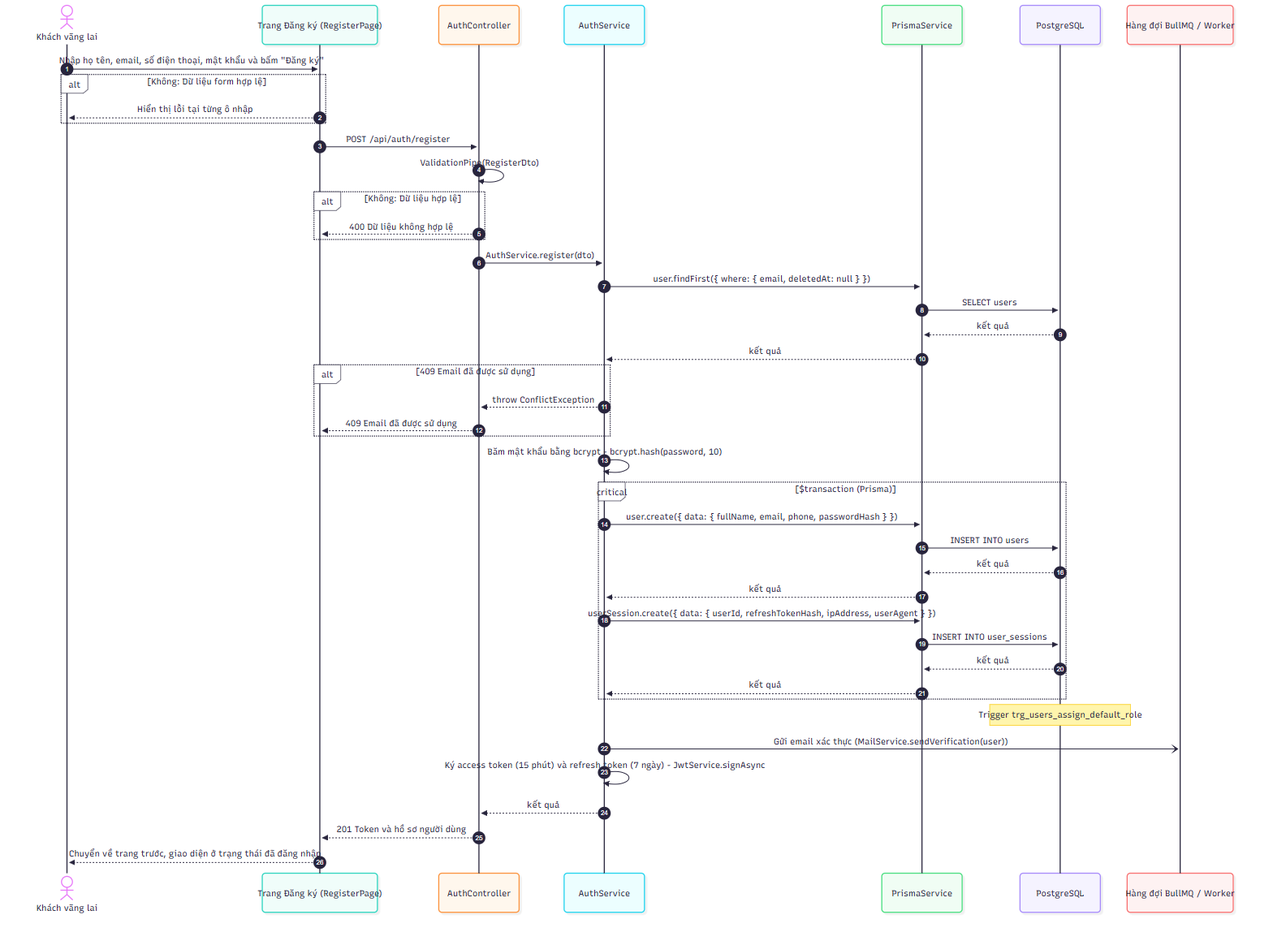
Before: docs/diagrams/png/sequence_UC-AUTH-01_dang-ky-tai-khoan.png, a diagram exported from Mermaid (2431540234-arch/XDUDTMDT). Its source is kept beside it as docs/diagrams/src/sequence_UC-AUTH-01_dang-ky-tai-khoan.mmd. Its diagram source:
```mermaid
sequenceDiagram
    autonumber
    actor A as Khách vãng lai
    participant FE as Trang Đăng ký (RegisterPage)
    participant C as AuthController
    participant S as AuthService
    participant P as PrismaService
    participant D as PostgreSQL
    participant W as Hàng đợi BullMQ / Worker
    A->>FE: Nhập họ tên, email, số điện thoại, mật khẩu và bấm "Đăng ký"
    alt Không: Dữ liệu form hợp lệ
        FE-->>A: Hiển thị lỗi tại từng ô nhập
    end
    FE->>C: POST /api/auth/register
    C->>C: ValidationPipe(RegisterDto)
    alt Không: Dữ liệu hợp lệ
        C-->>FE: 400 Dữ liệu không hợp lệ
    end
    C->>S: AuthService.register(dto)
    S->>P: user.findFirst({ where: { email, deletedAt: null } })
    P->>D: SELECT users
    D-->>P: kết quả
    P-->>S: kết quả
    alt 409 Email đã được sử dụng
        S-->>C: throw ConflictException
        C-->>FE: 409 Email đã được sử dụng
    end
    S->>S: Băm mật khẩu bằng bcrypt - bcrypt.hash(password, 10)
    critical $transaction (Prisma)
        S->>P: user.create({ data: { fullName, email, phone, passwordHash } })
        P->>D: INSERT INTO users
        D-->>P: kết quả
        P-->>S: kết quả
        S->>P: userSession.create({ data: { userId, refreshTokenHash, ipAddress, userAgent } })
        P->>D: INSERT INTO user_sessions
        D-->>P: kết quả
        P-->>S: kết quả
    end
    Note over D: Trigger trg_users_assign_default_role
    S-)W: Gửi email xác thực (MailService.sendVerification(user))
    S->>S: Ký access token (15 phút) và refresh token (7 ngày) - JwtService.signAsync
    S-->>C: kết quả
    C-->>FE: 201 Token và hồ sơ người dùng
    FE-->>A: Chuyển về trang trước, giao diện ở trạng thái đã đăng nhập
```
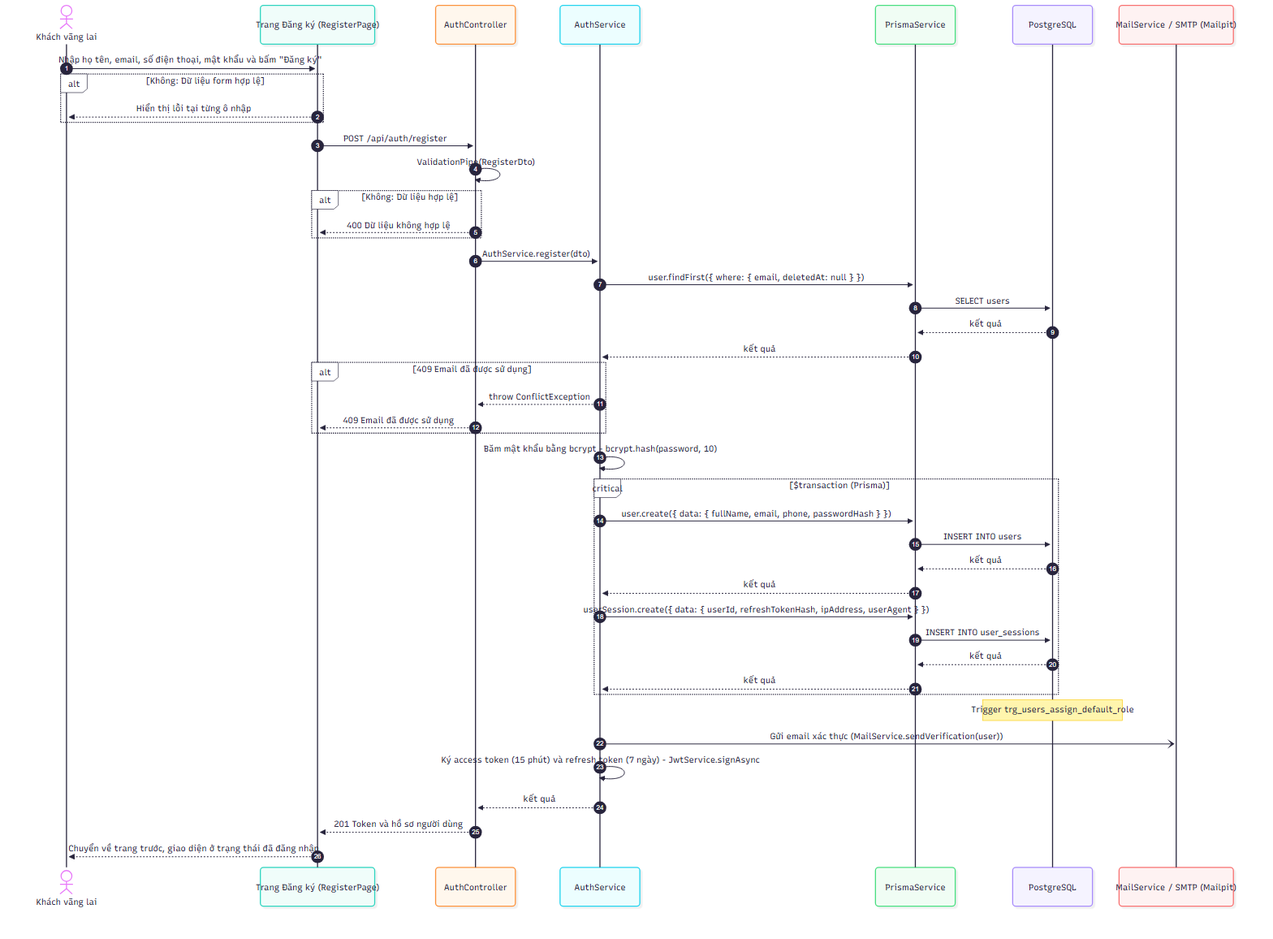
The same diagram one commit later.

Diff of the diagram source:
```diff
@@ -6,7 +6,7 @@
     participant S as AuthService
     participant P as PrismaService
     participant D as PostgreSQL
-    participant W as Hàng đợi BullMQ / Worker
+    participant W as MailService / SMTP (Mailpit)
     A->>FE: Nhập họ tên, email, số điện thoại, mật khẩu và bấm "Đăng ký"
     alt Không: Dữ liệu form hợp lệ
         FE-->>A: Hiển thị lỗi tại từng ô nhập
```
